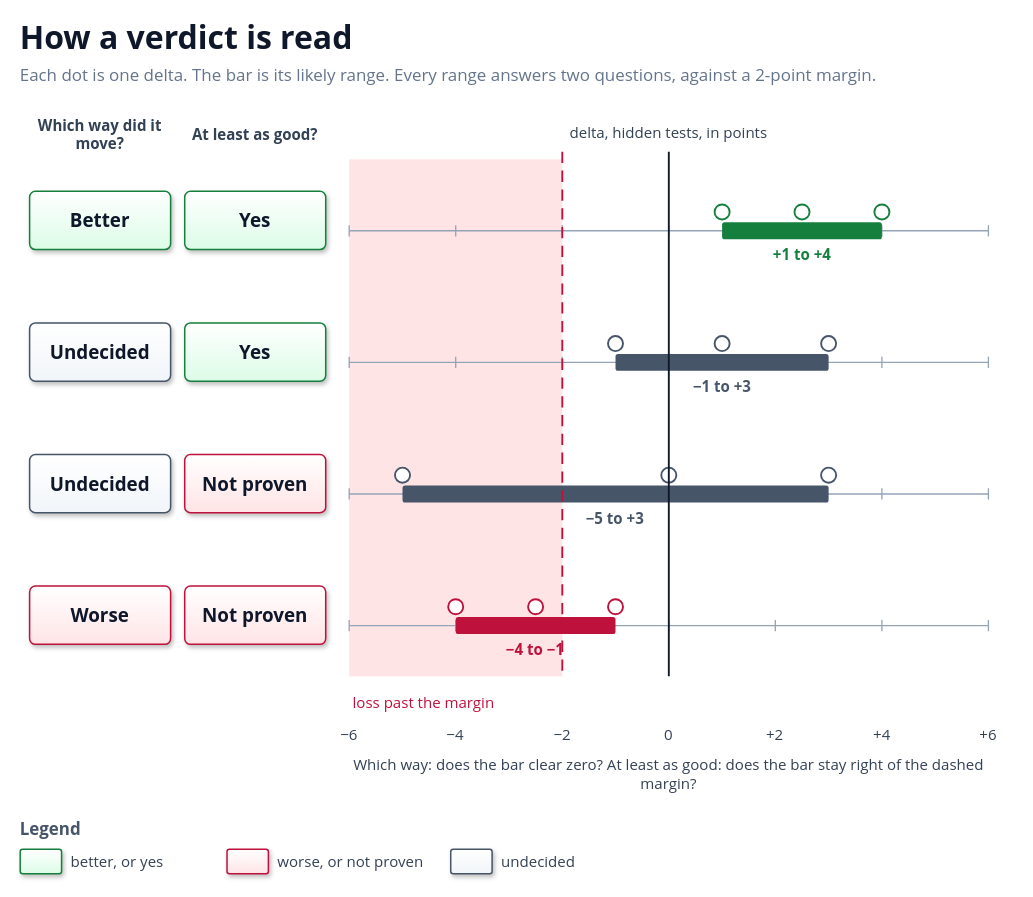
The draw.io diagram docs/diagrams/verdict.drawio in solid-ai-dev/solid-ai-benchmark, before the edit. Source tidied: cells renumbered, new cells numbered last; positions are measured from the earlier drawing's top-left corner, leaving out a move shared by most shapes. Both pictures are drawn from the tidied source at 94%, with x=0, y=0 at pixel (20, 16).
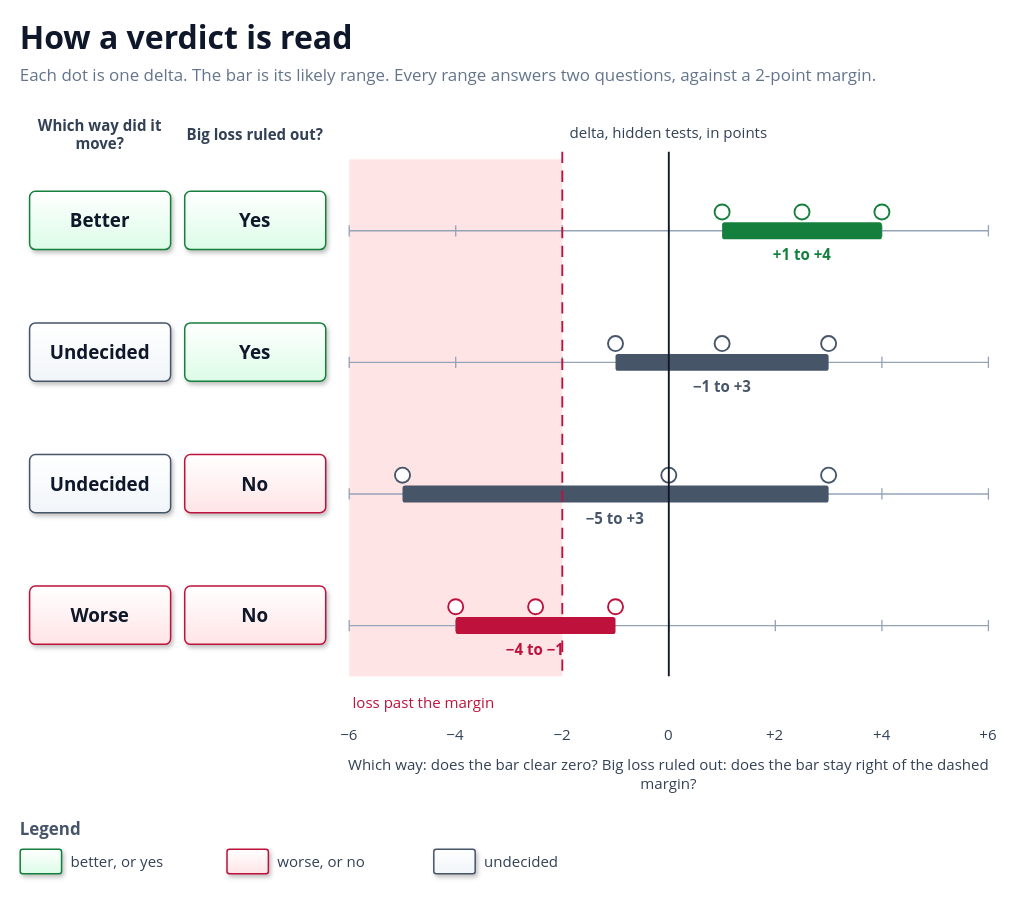
Above is the later version.

Commit message (it also covers changes not shown here):
docs(primer): ask whether a big loss is ruled out

The second question becomes big loss ruled out, so yes and no are both
literally true. Held stays as the design's word for yes.

Claude-Session: https://claude.ai/code/session_01HVh8GVGd72WUJ3BvM7TXQn

What changed in the source:
```diff
@@
-    <mxCell id="5" value="At least as good?" style="text;html=1;whiteSpace=wrap;strokeColor=none;fillColor=none;align=center;verticalAlign=middle;fontFamily=Segoe UI;fontSize=16;fontColor=#334155;fontStyle=1;spacing=0;" parent="1" vertex="1">
+    <mxCell id="5" value="Big loss ruled out?" style="text;html=1;whiteSpace=wrap;strokeColor=none;fillColor=none;align=center;verticalAlign=middle;fontFamily=Segoe UI;fontSize=16;fontColor=#334155;fontStyle=1;spacing=0;" parent="1" vertex="1">
       <mxGeometry x="175" y="106" width="150" height="40" as="geometry" />
     </mxCell>
@@
-    <mxCell id="39" value="&lt;b style='font-size:20px'&gt;Not proven&lt;/b&gt;" style="rounded=1;arcSize=10;whiteSpace=wrap;html=1;fillColor=#FFE4E6;gradientColor=#FFFFFF;gradientDirection=north;strokeColor=#BE123C;strokeWidth=1.6;shadow=1;align=center;verticalAlign=middle;fontFamily=Segoe UI;fontColor=#0F172A;spacing=8;" parent="1" vertex="1">
+    <mxCell id="39" value="&lt;b style='font-size:20px'&gt;No&lt;/b&gt;" style="rounded=1;arcSize=10;whiteSpace=wrap;html=1;fillColor=#FFE4E6;gradientColor=#FFFFFF;gradientDirection=north;strokeColor=#BE123C;strokeWidth=1.6;shadow=1;align=center;verticalAlign=middle;fontFamily=Segoe UI;fontColor=#0F172A;spacing=8;" parent="1" vertex="1">
       <mxGeometry x="175" y="466" width="150" height="62" as="geometry" />
     </mxCell>
@@
-    <mxCell id="54" value="&lt;b style='font-size:20px'&gt;Not proven&lt;/b&gt;" style="rounded=1;arcSize=10;whiteSpace=wrap;html=1;fillColor=#FFE4E6;gradientColor=#FFFFFF;gradientDirection=north;strokeColor=#BE123C;strokeWidth=1.6;shadow=1;align=center;verticalAlign=middle;fontFamily=Segoe UI;fontColor=#0F172A;spacing=8;" parent="1" vertex="1">
+    <mxCell id="54" value="&lt;b style='font-size:20px'&gt;No&lt;/b&gt;" style="rounded=1;arcSize=10;whiteSpace=wrap;html=1;fillColor=#FFE4E6;gradientColor=#FFFFFF;gradientDirection=north;strokeColor=#BE123C;strokeWidth=1.6;shadow=1;align=center;verticalAlign=middle;fontFamily=Segoe UI;fontColor=#0F172A;spacing=8;" parent="1" vertex="1">
       <mxGeometry x="175" y="606" width="150" height="62" as="geometry" />
     </mxCell>
@@
-    <mxCell id="78" value="Which way: does the bar clear zero? At least as good: does the bar stay right of the dashed margin?" style="text;html=1;whiteSpace=wrap;strokeColor=none;fillColor=none;align=center;verticalAlign=middle;fontFamily=Segoe UI;fontSize=16;fontColor=#334155;fontStyle=0;spacing=0;" parent="1" vertex="1">
+    <mxCell id="78" value="Which way: does the bar clear zero? Big loss ruled out: does the bar stay right of the dashed margin?" style="text;html=1;whiteSpace=wrap;strokeColor=none;fillColor=none;align=center;verticalAlign=middle;fontFamily=Segoe UI;fontSize=16;fontColor=#334155;fontStyle=0;spacing=0;" parent="1" vertex="1">
       <mxGeometry x="350" y="782" width="680" height="48" as="geometry" />
     </mxCell>
@@
-    <mxCell id="83" value="worse, or not proven" style="text;html=1;whiteSpace=wrap;strokeColor=none;fillColor=none;align=left;verticalAlign=middle;fontFamily=Segoe UI;fontSize=16;fontColor=#334155;fontStyle=0;spacing=0;" parent="1" vertex="1">
+    <mxCell id="83" value="worse, or no" style="text;html=1;whiteSpace=wrap;strokeColor=none;fillColor=none;align=left;verticalAlign=middle;fontFamily=Segoe UI;fontSize=16;fontColor=#334155;fontStyle=0;spacing=0;" parent="1" vertex="1">
       <mxGeometry x="274" y="886" width="300" height="26" as="geometry" />
     </mxCell>
     <mxCell id="84" value="&lt;b style='font-size:20px'&gt;&lt;/b&gt;" style="rounded=1;arcSize=10;whiteSpace=wrap;html=1;fillColor=#F1F5F9;gradientColor=#FFFFFF;gradientDirection=north;strokeColor=#475569;strokeWidth=1.6;shadow=1;align=center;verticalAlign=middle;fontFamily=Segoe UI;fontColor=#0F172A;spacing=8;" parent="1" vertex="1">
-      <mxGeometry x="458" y="886" width="44" height="26" as="geometry" />
+      <mxGeometry x="440" y="886" width="44" height="26" as="geometry" />
     </mxCell>
     <mxCell id="85" value="undecided" style="text;html=1;whiteSpace=wrap;strokeColor=none;fillColor=none;align=left;verticalAlign=middle;fontFamily=Segoe UI;fontSize=16;fontColor=#334155;fontStyle=0;spacing=0;" parent="1" vertex="1">
-      <mxGeometry x="512" y="886" width="300" height="26" as="geometry" />
+      <mxGeometry x="494" y="886" width="300" height="26" as="geometry" />
     </mxCell>
```
